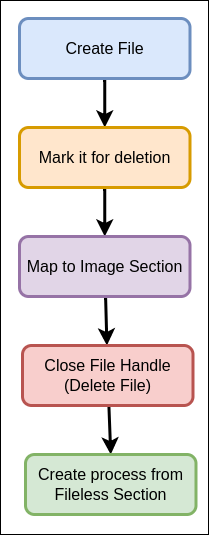
The draw.io diagram img/possible_behaviour.png in whokilleddb/ghosted, before a commit. Source tidied: cells renumbered, new cells last; positions are measured from the earlier drawing's top-left corner, leaving out a move shared by most shapes.
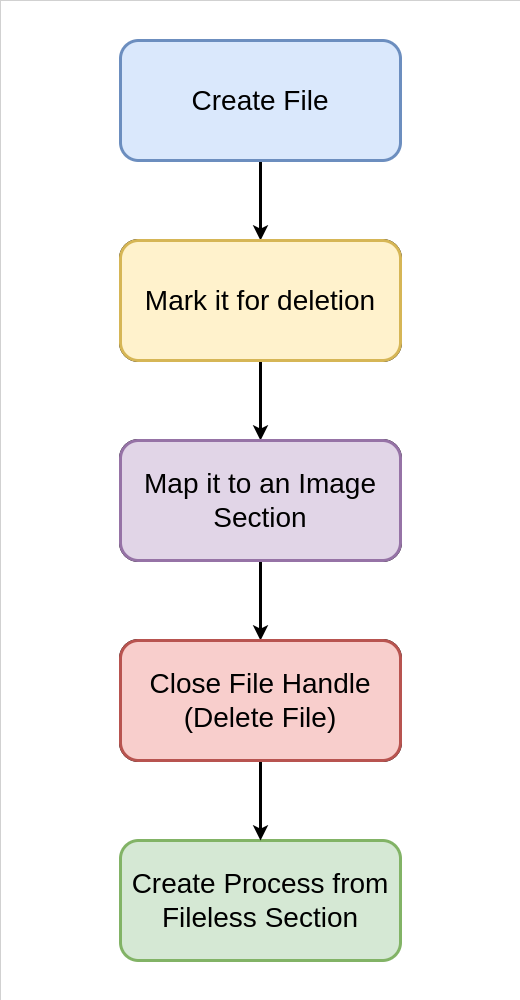
Above is the later version.

The edit, as a diff of the source:
```diff
@@ -2,35 +2,68 @@
   <root>
     <mxCell id="0" />
     <mxCell id="1" parent="0" />
-    <mxCell id="2" style="edgeStyle=none;curved=1;rounded=0;jettySize=auto;html=1;entryX=0.5;entryY=0;entryDx=0;entryDy=0;fontSize=12;startSize=8;endSize=8;strokeWidth=3;" parent="1" edge="1" source="3" target="5">
-      <mxGeometry relative="1" as="geometry" />
-    </mxCell>
+    <mxCell id="12" style="edgeStyle=orthogonalEdgeStyle;rounded=0;jettySize=auto;html=1;fontSize=28;strokeWidth=3;" parent="1" edge="1" source="13" target="17">
+      <mxGeometry relative="1" as="geometry" />
+    </mxCell>
+    <mxCell id="13" style="rounded=1;whiteSpace=wrap;html=1;strokeWidth=3;fillColor=#dae8fc;strokeColor=#6c8ebf;" parent="1" vertex="1">
+      <mxGeometry x="214" y="48" width="280" height="120" as="geometry" />
+    </mxCell>
-    <mxCell id="3" value="Create File" style="rounded=1;whiteSpace=wrap;html=1;fontSize=16;strokeWidth=3;fillColor=#dae8fc;strokeColor=#6c8ebf;" parent="1" vertex="1">
-      <mxGeometry x="19" y="18" width="170.5" height="60" as="geometry" />
+    <mxCell id="3" value="&lt;font style=&quot;font-size: 28px;&quot;&gt;Create File&lt;/font&gt;" style="text;html=1;strokeColor=none;fillColor=none;align=center;verticalAlign=middle;whiteSpace=wrap;rounded=0;strokeWidth=3;" parent="1" vertex="1">
+      <mxGeometry x="214" y="73" width="280" height="70" as="geometry" />
     </mxCell>
-    <mxCell id="4" style="edgeStyle=none;curved=1;rounded=0;jettySize=auto;html=1;entryX=0.5;entryY=0;entryDx=0;entryDy=0;fontSize=12;startSize=8;endSize=8;strokeWidth=3;" parent="1" edge="1" source="5" target="7">
-      <mxGeometry relative="1" as="geometry" />
-    </mxCell>
-    <mxCell id="5" value="Mark it for deletion" style="rounded=1;whiteSpace=wrap;html=1;fontSize=16;strokeWidth=3;fillColor=#ffe6cc;strokeColor=#d79b00;" parent="1" vertex="1">
-      <mxGeometry x="19" y="127" width="170.5" height="60" as="geometry" />
-    </mxCell>
-    <mxCell id="6" style="edgeStyle=none;curved=1;rounded=0;jettySize=auto;html=1;fontSize=12;startSize=8;endSize=8;strokeWidth=3;" parent="1" edge="1" source="7" target="9">
-      <mxGeometry relative="1" as="geometry" />
-    </mxCell>
-    <mxCell id="7" value="Map to Image Section" style="rounded=1;whiteSpace=wrap;html=1;fontSize=16;strokeWidth=3;fillColor=#e1d5e7;strokeColor=#9673a6;" parent="1" vertex="1">
-      <mxGeometry x="19" y="236" width="170.5" height="60" as="geometry" />
-    </mxCell>
-    <mxCell id="8" style="edgeStyle=none;curved=1;rounded=0;jettySize=auto;html=1;entryX=0.5;entryY=0;entryDx=0;entryDy=0;fontSize=12;startSize=8;endSize=8;strokeWidth=3;" parent="1" edge="1" source="9" target="10">
-      <mxGeometry relative="1" as="geometry" />
-    </mxCell>
+    <mxCell id="14" style="rounded=1;whiteSpace=wrap;html=1;strokeWidth=3;" parent="1" vertex="1">
+      <mxGeometry x="214" y="248" width="280" height="120" as="geometry" />
+    </mxCell>
+    <mxCell id="15" value="&lt;font style=&quot;font-size: 28px;&quot;&gt;Mark it for deletion&lt;/font&gt;" style="text;html=1;strokeColor=none;fillColor=none;align=center;verticalAlign=middle;whiteSpace=wrap;rounded=0;strokeWidth=3;" parent="1" vertex="1">
+      <mxGeometry x="214" y="273" width="280" height="70" as="geometry" />
+    </mxCell>
+    <mxCell id="16" style="edgeStyle=orthogonalEdgeStyle;rounded=0;jettySize=auto;html=1;entryX=0.5;entryY=0;entryDx=0;entryDy=0;fontSize=28;strokeWidth=3;" parent="1" edge="1" source="17" target="22">
+      <mxGeometry relative="1" as="geometry" />
+    </mxCell>
+    <mxCell id="17" style="rounded=1;whiteSpace=wrap;html=1;strokeWidth=3;fillColor=#fff2cc;strokeColor=#d6b656;" parent="1" vertex="1">
+      <mxGeometry x="214" y="248" width="280" height="120" as="geometry" />
+    </mxCell>
+    <mxCell id="18" value="&lt;font style=&quot;font-size: 28px;&quot;&gt;Mark it for deletion&lt;/font&gt;" style="text;html=1;strokeColor=none;fillColor=none;align=center;verticalAlign=middle;whiteSpace=wrap;rounded=0;strokeWidth=3;" parent="1" vertex="1">
+      <mxGeometry x="214" y="273" width="280" height="70" as="geometry" />
+    </mxCell>
+    <mxCell id="19" style="rounded=1;whiteSpace=wrap;html=1;strokeWidth=3;" parent="1" vertex="1">
+      <mxGeometry x="214" y="448" width="280" height="120" as="geometry" />
+    </mxCell>
+    <mxCell id="20" value="&lt;font style=&quot;font-size: 28px;&quot;&gt;Mark it for deletion&lt;/font&gt;" style="text;html=1;strokeColor=none;fillColor=none;align=center;verticalAlign=middle;whiteSpace=wrap;rounded=0;strokeWidth=3;" parent="1" vertex="1">
+      <mxGeometry x="214" y="473" width="280" height="70" as="geometry" />
+    </mxCell>
+    <mxCell id="21" style="edgeStyle=orthogonalEdgeStyle;rounded=0;jettySize=auto;html=1;entryX=0.5;entryY=0;entryDx=0;entryDy=0;fontSize=28;strokeWidth=3;" parent="1" edge="1" source="22" target="29">
+      <mxGeometry relative="1" as="geometry" />
+    </mxCell>
+    <mxCell id="22" style="rounded=1;whiteSpace=wrap;html=1;strokeWidth=3;fillColor=#e1d5e7;strokeColor=#9673a6;" parent="1" vertex="1">
+      <mxGeometry x="214" y="448" width="280" height="120" as="geometry" />
+    </mxCell>
+    <mxCell id="23" value="&lt;font style=&quot;font-size: 28px;&quot;&gt;Map it to an Image Section&lt;/font&gt;" style="text;html=1;strokeColor=none;fillColor=none;align=center;verticalAlign=middle;whiteSpace=wrap;rounded=0;strokeWidth=3;" parent="1" vertex="1">
+      <mxGeometry x="214" y="473" width="280" height="70" as="geometry" />
+    </mxCell>
+    <mxCell id="24" style="rounded=1;whiteSpace=wrap;html=1;strokeWidth=3;fillColor=#d5e8d4;strokeColor=#82b366;" parent="1" vertex="1">
+      <mxGeometry x="214" y="848" width="280" height="120" as="geometry" />
+    </mxCell>
+    <mxCell id="25" value="&lt;font style=&quot;font-size: 28px;&quot;&gt;Create Process from Fileless Section&lt;/font&gt;" style="text;html=1;strokeColor=none;fillColor=none;align=center;verticalAlign=middle;whiteSpace=wrap;rounded=0;strokeWidth=3;" parent="1" vertex="1">
+      <mxGeometry x="214" y="873" width="280" height="70" as="geometry" />
+    </mxCell>
+    <mxCell id="26" style="rounded=1;whiteSpace=wrap;html=1;strokeWidth=3;" parent="1" vertex="1">
+      <mxGeometry x="214" y="648" width="280" height="120" as="geometry" />
+    </mxCell>
+    <mxCell id="27" value="&lt;font style=&quot;font-size: 28px;&quot;&gt;Mark it for deletion&lt;/font&gt;" style="text;html=1;strokeColor=none;fillColor=none;align=center;verticalAlign=middle;whiteSpace=wrap;rounded=0;strokeWidth=3;" parent="1" vertex="1">
+      <mxGeometry x="214" y="673" width="280" height="70" as="geometry" />
+    </mxCell>
+    <mxCell id="28" style="edgeStyle=orthogonalEdgeStyle;rounded=0;jettySize=auto;html=1;entryX=0.5;entryY=0;entryDx=0;entryDy=0;fontSize=28;strokeWidth=3;" parent="1" edge="1" source="29" target="24">
+      <mxGeometry relative="1" as="geometry" />
+    </mxCell>
+    <mxCell id="29" style="rounded=1;whiteSpace=wrap;html=1;strokeWidth=3;fillColor=#f8cecc;strokeColor=#b85450;" parent="1" vertex="1">
+      <mxGeometry x="214" y="648" width="280" height="120" as="geometry" />
+    </mxCell>
-    <mxCell id="9" value="Close File Handle (Delete File)" style="rounded=1;whiteSpace=wrap;html=1;fontSize=16;strokeWidth=3;fillColor=#f8cecc;strokeColor=#b85450;" parent="1" vertex="1">
-      <mxGeometry x="22" y="345" width="170.5" height="60" as="geometry" />
+    <mxCell id="9" value="&lt;font style=&quot;font-size: 28px;&quot;&gt;Close File Handle&lt;br&gt;(Delete File)&lt;br&gt;&lt;/font&gt;" style="text;html=1;strokeColor=none;fillColor=none;align=center;verticalAlign=middle;whiteSpace=wrap;rounded=0;strokeWidth=3;" parent="1" vertex="1">
+      <mxGeometry x="214" y="673" width="280" height="70" as="geometry" />
     </mxCell>
-    <mxCell id="10" value="Create process from Fileless Section" style="rounded=1;whiteSpace=wrap;html=1;fontSize=16;strokeWidth=3;fillColor=#d5e8d4;strokeColor=#82b366;" parent="1" vertex="1">
-      <mxGeometry x="25" y="454" width="170.5" height="60" as="geometry" />
-    </mxCell>
-    <mxCell id="11" style="rounded=0;whiteSpace=wrap;html=1;strokeWidth=1;fontSize=16;fillColor=none;" parent="1" vertex="1">
-      <mxGeometry width="208" height="534" as="geometry" />
-    </mxCell>
+    <mxCell id="30" style="rounded=0;whiteSpace=wrap;html=1;strokeWidth=0;fontSize=28;fillColor=none;" parent="1" vertex="1">
+      <mxGeometry x="94" y="8" width="520" height="1000" as="geometry" />
+    </mxCell>
   </root>
 </mxGraphModel>
```
